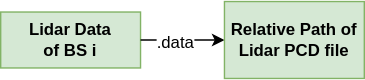
wireless-intelligence-lab/DeepVerse6G-matlab keeps this draw.io diagram as docs/images/lidardiagram.svg. Above is the earlier version. Source tidied: cells renumbered, new cells last; positions are measured from the earlier drawing's top-left corner, leaving out a move shared by most shapes.
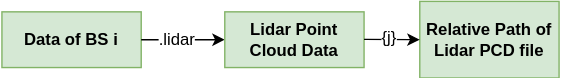
After the change.

Diff of the diagram source:
```diff
@@ -2,7 +2,7 @@
   <root>
     <mxCell id="0" />
     <mxCell id="1" parent="0" />
-    <mxCell id="2" value="Lidar Data&lt;br&gt;of BS i" style="rounded=0;whiteSpace=wrap;html=1;fillColor=#d5e8d4;strokeColor=#82b366;fontStyle=1;" parent="1" vertex="1">
+    <mxCell id="2" value="Data of BS i" style="rounded=0;whiteSpace=wrap;html=1;fillColor=#d5e8d4;strokeColor=#82b366;fontStyle=1;" parent="1" vertex="1">
       <mxGeometry y="8" width="100" height="40" as="geometry" />
     </mxCell>
     <mxCell id="3" style="edgeStyle=none;rounded=0;jettySize=auto;html=1;exitX=1;exitY=0.5;exitDx=0;exitDy=0;fontSize=15;" parent="1" edge="1" source="2">
@@ -10,13 +10,27 @@
         <mxPoint x="160" y="28" as="targetPoint" />
       </mxGeometry>
     </mxCell>
-    <mxCell id="4" value="&lt;font style=&quot;font-size: 12px&quot;&gt;.data&lt;/font&gt;" style="edgeLabel;html=1;align=left;verticalAlign=middle;fontSize=15;" parent="3" vertex="1">
+    <mxCell id="4" value="&lt;font style=&quot;font-size: 12px&quot;&gt;.lidar&lt;/font&gt;" style="edgeLabel;html=1;align=left;verticalAlign=middle;fontSize=15;" parent="3" vertex="1">
       <mxGeometry x="0.13" y="-1" relative="1" as="geometry">
-        <mxPoint x="-24" y="-1" as="offset" />
+        <mxPoint x="-23" y="-3" as="offset" />
       </mxGeometry>
     </mxCell>
     <mxCell id="5" value="&lt;b&gt;Relative Path of Lidar PCD file&lt;/b&gt;" style="rounded=0;whiteSpace=wrap;html=1;fillColor=#d5e8d4;strokeColor=#82b366;" parent="1" vertex="1">
-      <mxGeometry x="160" y="0.5" width="100" height="55" as="geometry" />
+      <mxGeometry x="300" y="0.5" width="100" height="55" as="geometry" />
     </mxCell>
+    <mxCell id="6" value="Lidar Point Cloud Data" style="rounded=0;whiteSpace=wrap;html=1;fillColor=#d5e8d4;strokeColor=#82b366;fontStyle=1;" parent="1" vertex="1">
+      <mxGeometry x="160" y="8" width="100" height="40" as="geometry" />
+    </mxCell>
+    <mxCell id="7" style="edgeStyle=none;rounded=0;orthogonalLoop=1;jettySize=auto;html=1;exitX=1;exitY=0.5;exitDx=0;exitDy=0;fontSize=15;" parent="1" edge="1">
+      <mxGeometry relative="1" as="geometry">
+        <mxPoint x="260" y="27.8" as="sourcePoint" />
+        <mxPoint x="300" y="28" as="targetPoint" />
+      </mxGeometry>
+    </mxCell>
+    <mxCell id="8" value="&lt;span style=&quot;font-size: 12px;&quot;&gt;{j}&lt;/span&gt;" style="edgeLabel;html=1;align=left;verticalAlign=middle;fontSize=15;" parent="7" vertex="1">
+      <mxGeometry x="0.13" y="-1" relative="1" as="geometry">
+        <mxPoint x="-11" y="-4" as="offset" />
+      </mxGeometry>
+    </mxCell>
   </root>
 </mxGraphModel>
```
